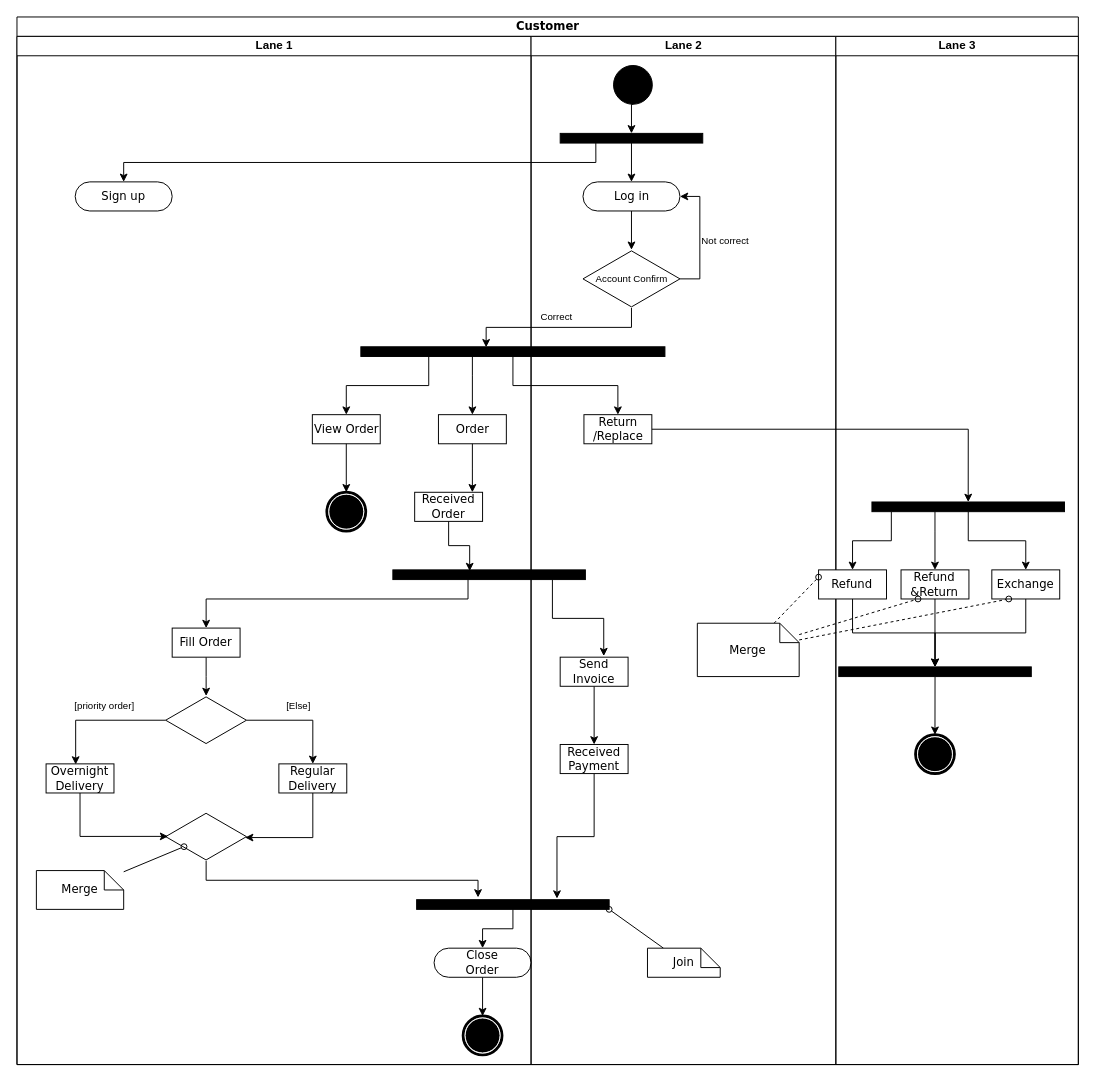
AndyFCui/OnlineShop-Database keeps this draw.io diagram as uml/Customer_Activity.drawio. Above is the earlier version. Source tidied: cells renumbered, new cells numbered last; positions are measured from the earlier drawing's top-left corner, leaving out a move shared by most shapes. Both pictures are drawn from the tidied source at 97%, with x=0, y=0 at pixel (16, 16).
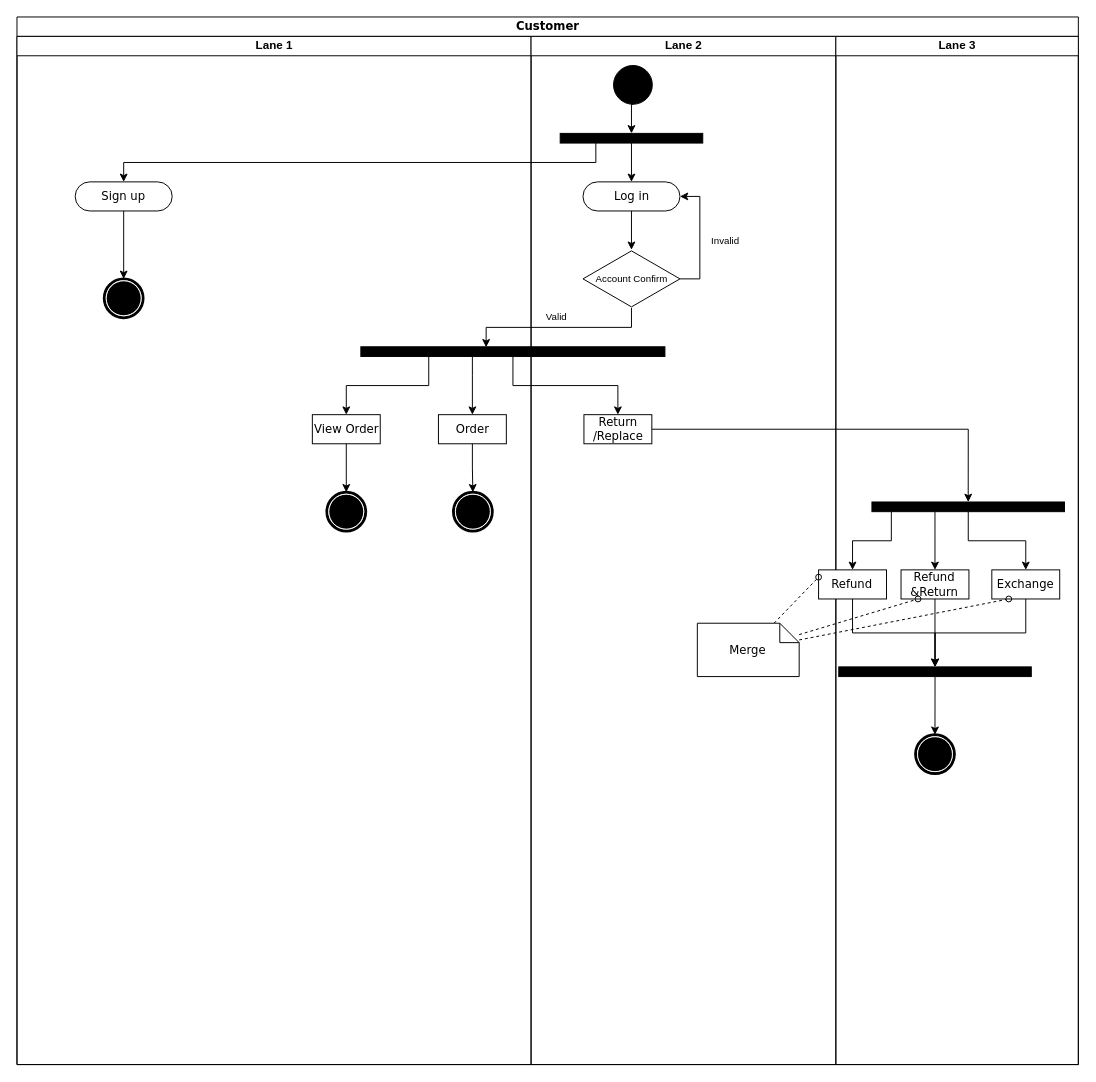
After the change.

The change refers to these unchanged cells:
```xml
<mxCell id="2" value="Customer" style="swimlane;html=1;startSize=20;rounded=0;shadow=0;comic=0;labelBackgroundColor=none;strokeWidth=1;fontFamily=Verdana;fontSize=12;align=center;" parent="1" vertex="1">
  <mxGeometry width="1094.2" height="1080" as="geometry" />
</mxCell>
<mxCell id="3" value="Lane 1" style="swimlane;html=1;startSize=20;" parent="2" vertex="1">
  <mxGeometry y="20" width="530" height="1060" as="geometry" />
</mxCell>
<mxCell id="4" value="Sign up" style="rounded=1;whiteSpace=wrap;html=1;shadow=0;comic=0;labelBackgroundColor=none;strokeWidth=1;fontFamily=Verdana;fontSize=12;align=center;arcSize=50;" parent="3" vertex="1">
  <mxGeometry x="60" y="150" width="100" height="30" as="geometry" />
</mxCell>
<mxCell id="23" value="Lane 2" style="swimlane;html=1;startSize=20;" parent="2" vertex="1">
  <mxGeometry x="530" y="20" width="314.2" height="1060" as="geometry" />
</mxCell>
<mxCell id="29" value="Log in" style="rounded=1;whiteSpace=wrap;html=1;shadow=0;comic=0;labelBackgroundColor=none;strokeWidth=1;fontFamily=Verdana;fontSize=12;align=center;arcSize=50;" parent="23" vertex="1">
  <mxGeometry x="53.5" y="150" width="100" height="30" as="geometry" />
</mxCell>
<mxCell id="31" value="&lt;font style=&quot;font-size: 10px;&quot;&gt;Account Confirm&lt;/font&gt;" style="html=1;whiteSpace=wrap;shape=isoRectangle;" parent="23" vertex="1">
  <mxGeometry x="53.5" y="220" width="100" height="60" as="geometry" />
</mxCell>
<mxCell id="33" style="edgeStyle=orthogonalEdgeStyle;rounded=0;jettySize=auto;html=1;entryX=0.412;entryY=0.05;entryDx=0;entryDy=0;entryPerimeter=0;fontSize=10;endArrow=classic;endFill=1;" parent="23" edge="1" source="31" target="32">
  <mxGeometry relative="1" as="geometry" />
</mxCell>
<mxCell id="37" value="Order" style="rounded=0;whiteSpace=wrap;html=1;shadow=0;comic=0;labelBackgroundColor=none;strokeWidth=1;fontFamily=Verdana;fontSize=12;align=center;arcSize=50;" parent="23" vertex="1">
  <mxGeometry x="-95.5" y="390" width="70" height="30" as="geometry" />
</mxCell>
```

The edit, as a diff of the source:
```diff
@@
+    <mxCell id="76" style="edgeStyle=orthogonalEdgeStyle;rounded=0;jettySize=auto;html=1;entryX=0.5;entryY=0;entryDx=0;entryDy=0;" parent="3" edge="1" source="4" target="77">
+      <mxGeometry relative="1" as="geometry" />
+    </mxCell>
@@
-    <mxCell id="5" value="Received Order" style="rounded=0;whiteSpace=wrap;html=1;shadow=0;comic=0;labelBackgroundColor=none;strokeWidth=1;fontFamily=Verdana;fontSize=12;align=center;arcSize=50;" parent="3" vertex="1">
-      <mxGeometry x="410" y="470" width="70" height="30" as="geometry" />
-    </mxCell>
-    <mxCell id="6" style="edgeStyle=orthogonalEdgeStyle;rounded=0;jettySize=auto;html=1;fontSize=10;endArrow=classic;endFill=1;" parent="3" edge="1" source="7" target="10">
-      <mxGeometry relative="1" as="geometry" />
-    </mxCell>
-    <mxCell id="7" value="Fill Order" style="rounded=0;whiteSpace=wrap;html=1;shadow=0;comic=0;labelBackgroundColor=none;strokeWidth=1;fontFamily=Verdana;fontSize=12;align=center;arcSize=50;" parent="3" vertex="1">
-      <mxGeometry x="160" y="610" width="70" height="30" as="geometry" />
-    </mxCell>
-    <mxCell id="8" value="[Else]" style="edgeStyle=orthogonalEdgeStyle;rounded=0;jettySize=auto;html=1;entryX=0.5;entryY=0;entryDx=0;entryDy=0;fontSize=10;endArrow=classic;endFill=1;" parent="3" edge="1" source="10" target="15">
-      <mxGeometry x="-0.06" y="15" relative="1" as="geometry" />
-    </mxCell>
-    <mxCell id="9" value="[priority order]" style="edgeStyle=orthogonalEdgeStyle;rounded=0;jettySize=auto;html=1;entryX=0.436;entryY=0.022;entryDx=0;entryDy=0;entryPerimeter=0;fontSize=10;endArrow=classic;endFill=1;" parent="3" edge="1" source="10" target="13">
-      <mxGeometry x="-0.09" y="-15" relative="1" as="geometry" />
-    </mxCell>
-    <mxCell id="10" style="html=1;whiteSpace=wrap;shape=isoRectangle;fontSize=10;" parent="3" vertex="1">
-      <mxGeometry x="153.3" y="680" width="83.3" height="50" as="geometry" />
-    </mxCell>
-    <mxCell id="11" style="html=1;whiteSpace=wrap;shape=isoRectangle;fontSize=10;" parent="3" vertex="1">
-      <mxGeometry x="153.3" y="800" width="83.3" height="50" as="geometry" />
-    </mxCell>
-    <mxCell id="12" style="edgeStyle=orthogonalEdgeStyle;rounded=0;jettySize=auto;html=1;entryX=0.03;entryY=0.495;entryDx=0;entryDy=0;entryPerimeter=0;fontSize=10;endArrow=classic;endFill=1;" parent="3" edge="1" source="13" target="11">
-      <mxGeometry relative="1" as="geometry">
-        <Array as="points">
-          <mxPoint x="65" y="825" />
-        </Array>
-      </mxGeometry>
-    </mxCell>
-    <mxCell id="13" value="Overnight&lt;br&gt;Delivery" style="rounded=0;whiteSpace=wrap;html=1;shadow=0;comic=0;labelBackgroundColor=none;strokeWidth=1;fontFamily=Verdana;fontSize=12;align=center;arcSize=50;" parent="3" vertex="1">
-      <mxGeometry x="30" y="750" width="70" height="30" as="geometry" />
-    </mxCell>
-    <mxCell id="14" style="edgeStyle=orthogonalEdgeStyle;rounded=0;jettySize=auto;html=1;entryX=0.983;entryY=0.519;entryDx=0;entryDy=0;entryPerimeter=0;fontSize=10;endArrow=classic;endFill=1;" parent="3" edge="1" source="15" target="11">
-      <mxGeometry relative="1" as="geometry">
-        <Array as="points">
-          <mxPoint x="305" y="826" />
-        </Array>
-      </mxGeometry>
-    </mxCell>
-    <mxCell id="15" value="Regular&lt;br&gt;Delivery" style="rounded=0;whiteSpace=wrap;html=1;shadow=0;comic=0;labelBackgroundColor=none;strokeWidth=1;fontFamily=Verdana;fontSize=12;align=center;arcSize=50;" parent="3" vertex="1">
-      <mxGeometry x="270" y="750" width="70" height="30" as="geometry" />
-    </mxCell>
-    <mxCell id="16" style="rounded=0;jettySize=auto;html=1;entryX=0.227;entryY=0.707;entryDx=0;entryDy=0;entryPerimeter=0;fontSize=10;endArrow=oval;endFill=0;" parent="3" edge="1" source="17" target="11">
-      <mxGeometry relative="1" as="geometry" />
-    </mxCell>
-    <mxCell id="17" value="Merge" style="shape=note;whiteSpace=wrap;html=1;rounded=0;shadow=0;comic=0;labelBackgroundColor=none;strokeWidth=1;fontFamily=Verdana;fontSize=12;align=center;size=20;" parent="3" vertex="1">
-      <mxGeometry x="20" y="860" width="90" height="40" as="geometry" />
-    </mxCell>
-    <mxCell id="18" style="edgeStyle=orthogonalEdgeStyle;rounded=0;jettySize=auto;html=1;entryX=0.5;entryY=0;entryDx=0;entryDy=0;fontSize=10;endArrow=classic;endFill=1;" parent="3" edge="1" source="19" target="20">
-      <mxGeometry relative="1" as="geometry" />
-    </mxCell>
-    <mxCell id="19" value="Close&lt;br&gt;Order" style="rounded=1;whiteSpace=wrap;html=1;shadow=0;comic=0;labelBackgroundColor=none;strokeWidth=1;fontFamily=Verdana;fontSize=12;align=center;arcSize=50;" parent="3" vertex="1">
-      <mxGeometry x="430" y="940" width="100" height="30" as="geometry" />
-    </mxCell>
-    <mxCell id="20" style="shape=mxgraph.bpmn.shape;html=1;verticalLabelPosition=bottom;labelBackgroundColor=#ffffff;verticalAlign=top;perimeter=ellipsePerimeter;outline=end;symbol=terminate;rounded=0;shadow=0;comic=0;strokeWidth=1;fontFamily=Verdana;fontSize=12;align=center;" parent="3" vertex="1">
-      <mxGeometry x="460" y="1010" width="40" height="40" as="geometry" />
-    </mxCell>
+    <mxCell id="77" style="shape=mxgraph.bpmn.shape;html=1;verticalLabelPosition=bottom;labelBackgroundColor=#ffffff;verticalAlign=top;perimeter=ellipsePerimeter;outline=end;symbol=terminate;rounded=0;shadow=0;comic=0;strokeWidth=1;fontFamily=Verdana;fontSize=12;align=center;" parent="3" vertex="1">
+      <mxGeometry x="90" y="250" width="40" height="40" as="geometry" />
+    </mxCell>
+    <mxCell id="78" style="shape=mxgraph.bpmn.shape;html=1;verticalLabelPosition=bottom;labelBackgroundColor=#ffffff;verticalAlign=top;perimeter=ellipsePerimeter;outline=end;symbol=terminate;rounded=0;shadow=0;comic=0;strokeWidth=1;fontFamily=Verdana;fontSize=12;align=center;" parent="3" vertex="1">
+      <mxGeometry x="450" y="470" width="40" height="40" as="geometry" />
+    </mxCell>
@@
-    <mxCell id="30" value="Not correct" style="edgeStyle=orthogonalEdgeStyle;rounded=0;jettySize=auto;html=1;entryX=1;entryY=0.5;entryDx=0;entryDy=0;fontSize=10;endArrow=classic;endFill=1;" parent="23" edge="1" source="31" target="29">
+    <mxCell id="30" value="Invalid" style="edgeStyle=orthogonalEdgeStyle;rounded=0;jettySize=auto;html=1;entryX=1;entryY=0.5;entryDx=0;entryDy=0;fontSize=10;endArrow=classic;endFill=1;" parent="23" edge="1" source="31" target="29">
       <mxGeometry x="-0.04" y="-26" relative="1" as="geometry">
         <Array as="points">
           <mxPoint x="174" y="250" />
           <mxPoint x="174" y="165" />
         </Array>
       </mxGeometry>
     </mxCell>
@@
-    <mxCell id="34" value="Correct" style="edgeLabel;html=1;align=center;verticalAlign=middle;fontSize=10;" parent="33" vertex="1">
+    <mxCell id="34" value="Valid" style="edgeLabel;html=1;align=center;verticalAlign=middle;fontSize=10;" parent="33" vertex="1">
       <mxGeometry x="-0.01" y="-2" relative="1" as="geometry">
         <mxPoint x="-4" y="-10" as="offset" />
       </mxGeometry>
     </mxCell>
@@
-    <mxCell id="43" style="edgeStyle=orthogonalEdgeStyle;rounded=0;jettySize=auto;html=1;entryX=0.5;entryY=0;entryDx=0;entryDy=0;fontSize=10;endArrow=classic;endFill=1;" parent="23" edge="1" source="37">
-      <mxGeometry relative="1" as="geometry">
-        <mxPoint x="-60.5" y="470" as="targetPoint" />
-      </mxGeometry>
-    </mxCell>
-    <mxCell id="44" style="edgeStyle=orthogonalEdgeStyle;rounded=0;jettySize=auto;html=1;entryX=0.642;entryY=-0.037;entryDx=0;entryDy=0;entryPerimeter=0;fontSize=10;endArrow=classic;endFill=1;" parent="23" edge="1" source="45" target="47">
-      <mxGeometry relative="1" as="geometry">
-        <Array as="points">
-          <mxPoint x="22" y="600" />
-          <mxPoint x="75" y="600" />
-        </Array>
-      </mxGeometry>
-    </mxCell>
-    <mxCell id="45" style="whiteSpace=wrap;html=1;rounded=0;shadow=0;comic=0;labelBackgroundColor=none;strokeWidth=1;fillColor=#000000;fontFamily=Verdana;fontSize=12;align=center;rotation=0;" parent="23" vertex="1">
-      <mxGeometry x="-142.5" y="550" width="198.5" height="10" as="geometry" />
-    </mxCell>
-    <mxCell id="46" style="edgeStyle=orthogonalEdgeStyle;rounded=0;jettySize=auto;html=1;entryX=0.5;entryY=0;entryDx=0;entryDy=0;fontSize=10;endArrow=classic;endFill=1;" parent="23" edge="1" source="47" target="50">
-      <mxGeometry relative="1" as="geometry" />
-    </mxCell>
-    <mxCell id="47" value="Send Invoice" style="rounded=0;whiteSpace=wrap;html=1;shadow=0;comic=0;labelBackgroundColor=none;strokeWidth=1;fontFamily=Verdana;fontSize=12;align=center;arcSize=50;" parent="23" vertex="1">
-      <mxGeometry x="30" y="640" width="70" height="30" as="geometry" />
-    </mxCell>
-    <mxCell id="48" style="whiteSpace=wrap;html=1;rounded=0;shadow=0;comic=0;labelBackgroundColor=none;strokeWidth=1;fillColor=#000000;fontFamily=Verdana;fontSize=12;align=center;rotation=0;" parent="23" vertex="1">
-      <mxGeometry x="-118" y="890" width="198.5" height="10" as="geometry" />
-    </mxCell>
-    <mxCell id="49" style="edgeStyle=orthogonalEdgeStyle;rounded=0;jettySize=auto;html=1;entryX=0.729;entryY=-0.112;entryDx=0;entryDy=0;entryPerimeter=0;fontSize=10;endArrow=classic;endFill=1;" parent="23" edge="1" source="50" target="48">
-      <mxGeometry relative="1" as="geometry" />
-    </mxCell>
-    <mxCell id="50" value="Received&lt;br&gt;Payment" style="rounded=0;whiteSpace=wrap;html=1;shadow=0;comic=0;labelBackgroundColor=none;strokeWidth=1;fontFamily=Verdana;fontSize=12;align=center;arcSize=50;" parent="23" vertex="1">
-      <mxGeometry x="30" y="730" width="70" height="30" as="geometry" />
-    </mxCell>
-    <mxCell id="51" style="rounded=0;jettySize=auto;html=1;entryX=1;entryY=1;entryDx=0;entryDy=0;fontSize=10;endArrow=oval;endFill=0;" parent="23" edge="1" source="52" target="48">
-      <mxGeometry relative="1" as="geometry" />
-    </mxCell>
-    <mxCell id="52" value="Join" style="shape=note;whiteSpace=wrap;html=1;rounded=0;shadow=0;comic=0;labelBackgroundColor=none;strokeWidth=1;fontFamily=Verdana;fontSize=12;align=center;size=20;" parent="23" vertex="1">
-      <mxGeometry x="120" y="940" width="75" height="30" as="geometry" />
-    </mxCell>
@@
-    <mxCell id="72" style="edgeStyle=orthogonalEdgeStyle;rounded=0;jettySize=auto;html=1;entryX=0.5;entryY=0;entryDx=0;entryDy=0;fontSize=10;endArrow=classic;endFill=1;" parent="2" edge="1" source="45" target="7">
-      <mxGeometry relative="1" as="geometry">
-        <Array as="points">
-          <mxPoint x="465" y="600" />
-          <mxPoint x="195" y="600" />
-        </Array>
-      </mxGeometry>
-    </mxCell>
-    <mxCell id="73" style="edgeStyle=orthogonalEdgeStyle;rounded=0;jettySize=auto;html=1;entryX=0.399;entryY=0.124;entryDx=0;entryDy=0;entryPerimeter=0;fontSize=10;endArrow=classic;endFill=1;" parent="2" edge="1" source="5" target="45">
-      <mxGeometry relative="1" as="geometry" />
-    </mxCell>
-    <mxCell id="74" style="edgeStyle=orthogonalEdgeStyle;rounded=0;jettySize=auto;html=1;entryX=0.319;entryY=-0.229;entryDx=0;entryDy=0;entryPerimeter=0;fontSize=10;endArrow=classic;endFill=1;" parent="2" edge="1" source="11" target="48">
-      <mxGeometry relative="1" as="geometry">
-        <Array as="points">
-          <mxPoint x="195" y="890" />
-          <mxPoint x="475" y="890" />
-        </Array>
-      </mxGeometry>
-    </mxCell>
-    <mxCell id="75" style="edgeStyle=orthogonalEdgeStyle;rounded=0;jettySize=auto;html=1;entryX=0.5;entryY=0;entryDx=0;entryDy=0;fontSize=10;endArrow=classic;endFill=1;" parent="2" edge="1" source="48" target="19">
-      <mxGeometry relative="1" as="geometry" />
-    </mxCell>
+    <mxCell id="79" style="edgeStyle=orthogonalEdgeStyle;rounded=0;jettySize=auto;html=1;entryX=0.5;entryY=0;entryDx=0;entryDy=0;" parent="2" edge="1" source="37" target="78">
+      <mxGeometry relative="1" as="geometry" />
+    </mxCell>
```
